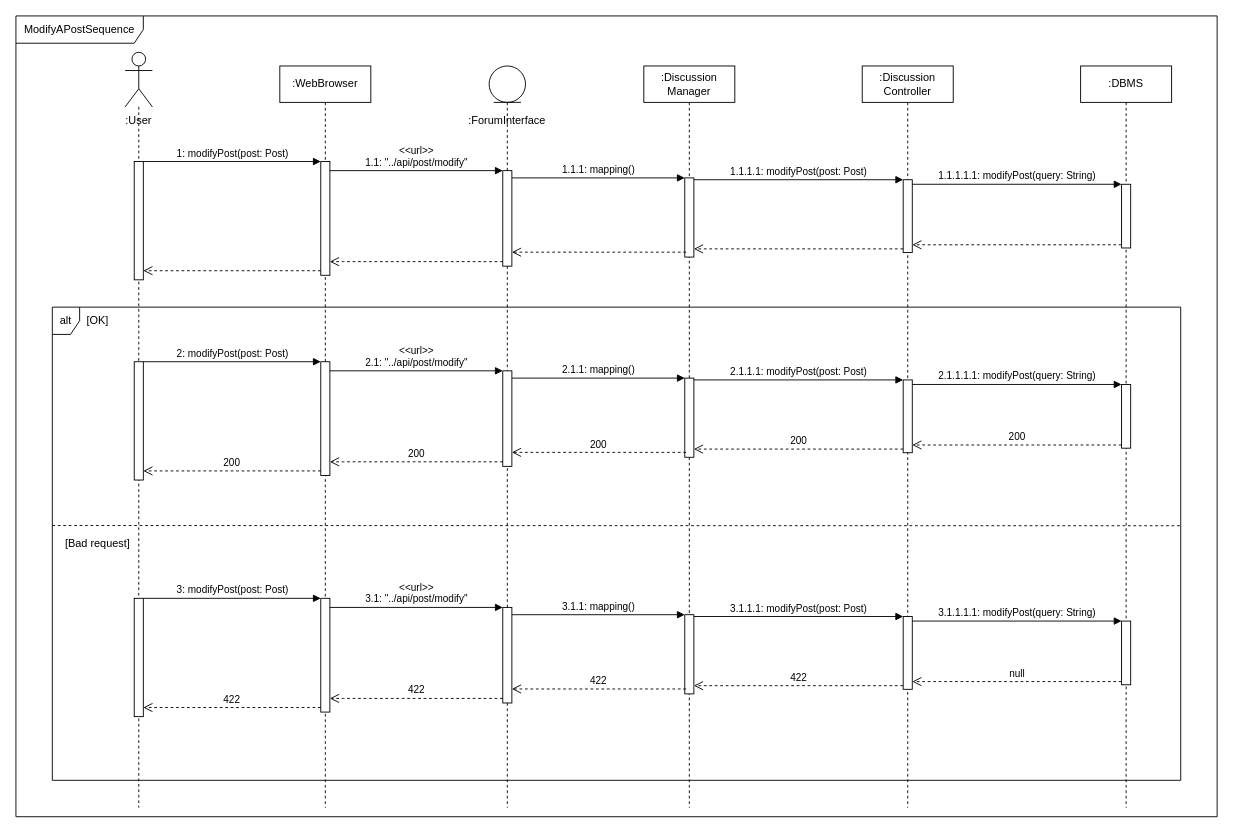
The draw.io diagram page "ModifyAPost" (6 of 18) of DD Diagrams/RunTimeViewDiagram.drawio in matteovisotto/SE2-CecchettoSirianiVisotto, before the edit. Source tidied: cells renumbered, new cells numbered last; positions are measured from the earlier drawing's top-left corner, leaving out a move shared by most shapes. Both pictures are drawn from the tidied source at 91%, with x=0, y=0 at pixel (15, 15).
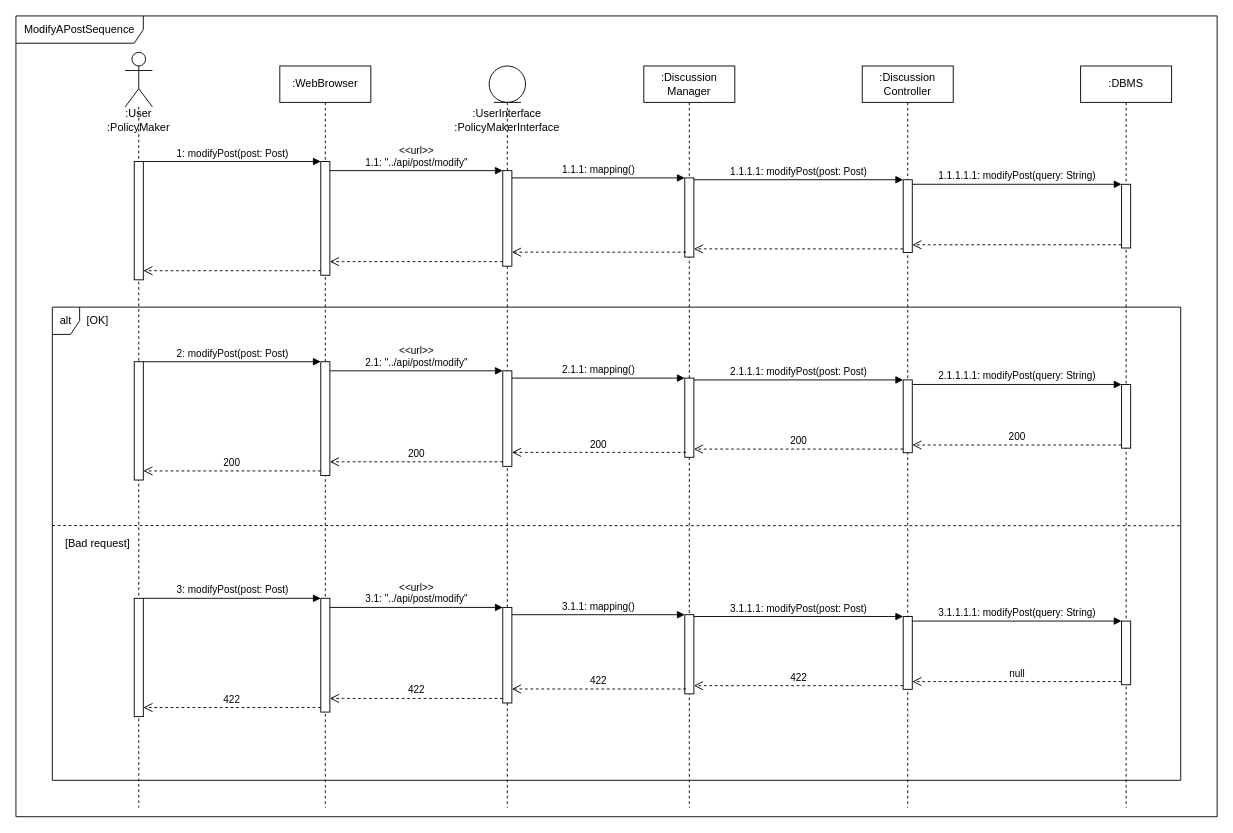
The same diagram, later.

Change to the diagram source:
```diff
@@
-    <mxCell id="32" value=":User" style="text;html=1;strokeColor=none;fillColor=none;align=center;verticalAlign=middle;whiteSpace=wrap;rounded=0;" parent="1" vertex="1">
+    <mxCell id="32" value=":User&lt;br&gt;:PolicyMaker" style="text;html=1;strokeColor=none;fillColor=none;align=center;verticalAlign=middle;whiteSpace=wrap;rounded=0;" parent="1" vertex="1">
       <mxGeometry x="90" y="100" width="90" height="30" as="geometry" />
     </mxCell>
-    <mxCell id="33" value=":ForumInterface" style="text;html=1;strokeColor=none;fillColor=none;align=center;verticalAlign=middle;whiteSpace=wrap;rounded=0;" parent="1" vertex="1">
+    <mxCell id="33" value=":UserInterface&lt;br&gt;:PolicyMakerInterface" style="text;html=1;strokeColor=none;fillColor=none;align=center;verticalAlign=middle;whiteSpace=wrap;rounded=0;" parent="1" vertex="1">
       <mxGeometry x="495" y="100" width="90" height="30" as="geometry" />
     </mxCell>
```
